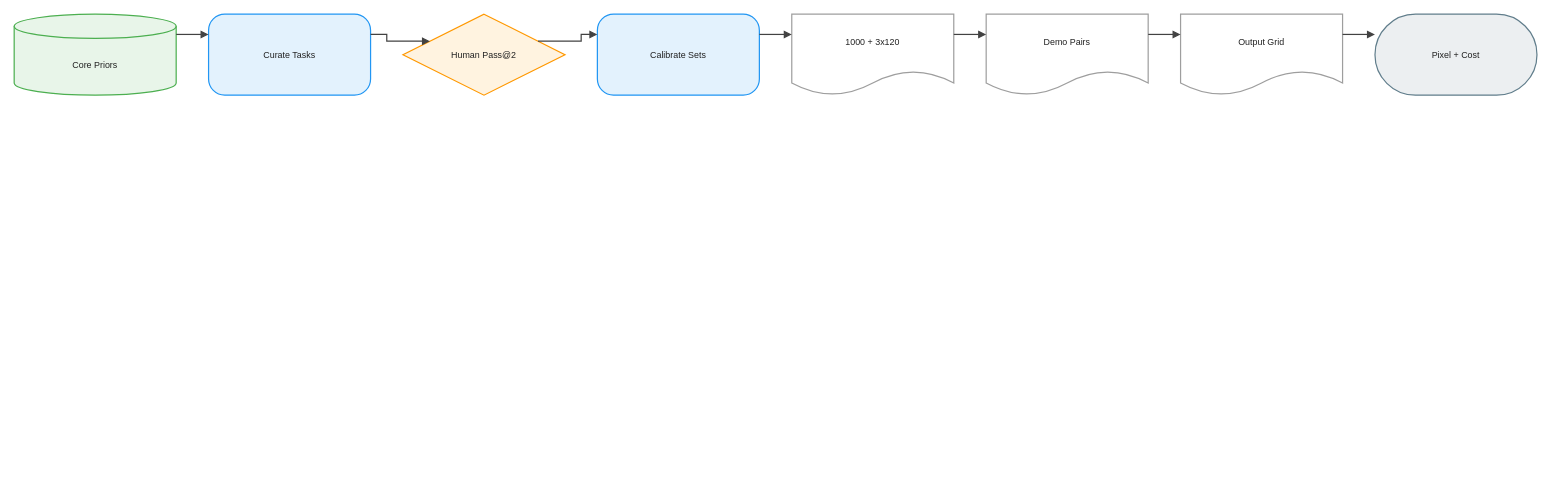
The draw.io diagram drawio/ARC-AGI-2/ARC-AGI-2.en.drawio in joe1chief/benchmark-hub, before the edit. Source tidied: cells renumbered, new cells numbered last; positions are measured from the earlier drawing's top-left corner, leaving out a move shared by most shapes. Both pictures are drawn from the tidied source at 81%, with x=0, y=0 at pixel (14, 14).
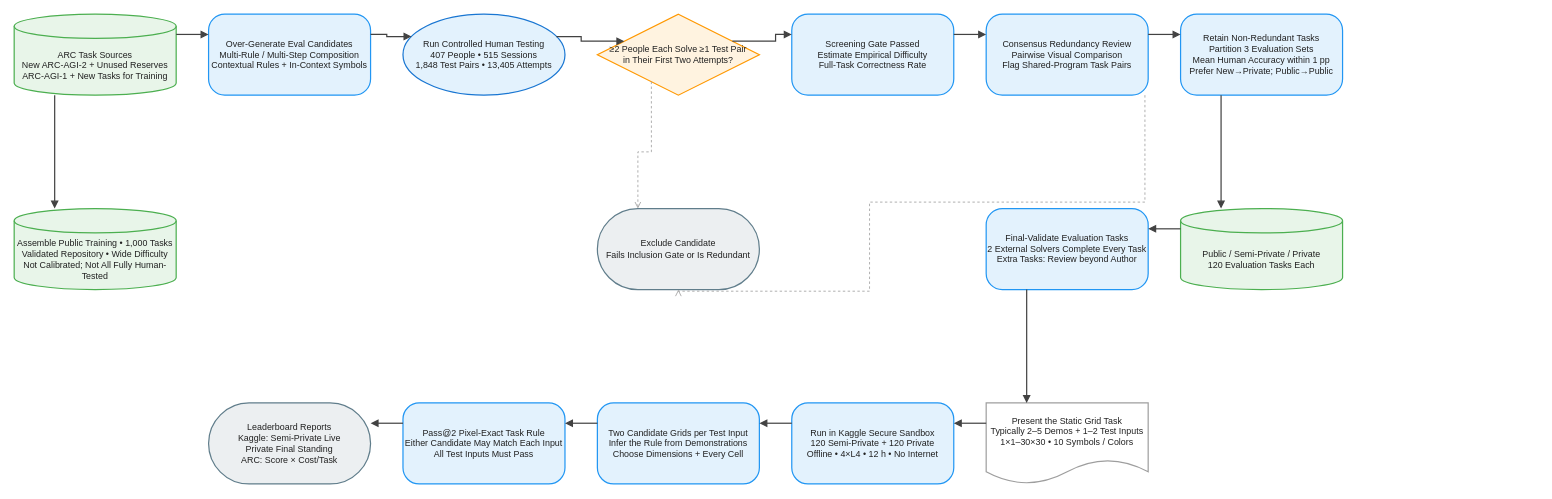
Above is the later version.

The edit, as a diff of the source:
```diff
@@
-    <mxCell id="2" value="Core Priors" style="shape=cylinder3;boundedLbl=1;backgroundOutline=1;size=15;html=1;whiteSpace=wrap;fillColor=#E8F5E9;strokeColor=#4CAF50;strokeWidth=1.5;fontColor=#212121;fontSize=11;fontFamily=Arial, Helvetica, sans-serif;verticalAlign=middle;align=center;" parent="1" vertex="1">
+    <mxCell id="2" value="ARC Task Sources&#10;New ARC-AGI-2 + Unused Reserves&#10;ARC-AGI-1 + New Tasks for Training" style="shape=cylinder3;boundedLbl=1;backgroundOutline=1;size=15;html=0;convertToSvg=1;whiteSpace=wrap;fillColor=#E8F5E9;strokeColor=#4CAF50;strokeWidth=1.5;fontColor=#212121;fontSize=11;fontFamily=Arial, Helvetica, sans-serif;verticalAlign=middle;align=center;" parent="1" vertex="1">
       <mxGeometry width="200" height="100" as="geometry" />
     </mxCell>
-    <mxCell id="3" value="Curate Tasks" style="rounded=1;arcSize=20;html=1;whiteSpace=wrap;fillColor=#E3F2FD;strokeColor=#2196F3;strokeWidth=1.5;fontColor=#212121;fontSize=11;fontFamily=Arial, Helvetica, sans-serif;verticalAlign=middle;align=center;" parent="1" vertex="1">
+    <mxCell id="3" value="Over-Generate Eval Candidates&#10;Multi-Rule / Multi-Step Composition&#10;Contextual Rules + In-Context Symbols" style="rounded=1;arcSize=20;html=0;convertToSvg=1;whiteSpace=wrap;fillColor=#E3F2FD;strokeColor=#2196F3;strokeWidth=1.5;fontColor=#212121;fontSize=11;fontFamily=Arial, Helvetica, sans-serif;verticalAlign=middle;align=center;" parent="1" vertex="1">
       <mxGeometry x="240" width="200" height="100" as="geometry" />
     </mxCell>
-    <mxCell id="4" value="Human Pass@2" style="rhombus;html=1;whiteSpace=wrap;fillColor=#FFF3E0;strokeColor=#FF9800;strokeWidth=1.5;fontColor=#212121;fontSize=11;fontFamily=Arial, Helvetica, sans-serif;verticalAlign=middle;align=center;" parent="1" vertex="1">
+    <mxCell id="4" value="Run Controlled Human Testing&#10;407 People • 515 Sessions&#10;1,848 Test Pairs • 13,405 Attempts" style="ellipse;html=0;convertToSvg=1;whiteSpace=wrap;fillColor=#E3F2FD;strokeColor=#1976D2;strokeWidth=1.5;fontColor=#212121;fontSize=11;fontFamily=Arial, Helvetica, sans-serif;verticalAlign=middle;align=center;" parent="1" vertex="1">
       <mxGeometry x="480" width="200" height="100" as="geometry" />
     </mxCell>
-    <mxCell id="5" value="Calibrate Sets" style="rounded=1;arcSize=20;html=1;whiteSpace=wrap;fillColor=#E3F2FD;strokeColor=#2196F3;strokeWidth=1.5;fontColor=#212121;fontSize=11;fontFamily=Arial, Helvetica, sans-serif;verticalAlign=middle;align=center;" parent="1" vertex="1">
+    <mxCell id="5" value="≥2 People Each Solve ≥1 Test Pair&#10;in Their First Two Attempts?" style="rhombus;html=0;convertToSvg=1;whiteSpace=wrap;fillColor=#FFF3E0;strokeColor=#FF9800;strokeWidth=1.5;fontColor=#212121;fontSize=11;fontFamily=Arial, Helvetica, sans-serif;verticalAlign=middle;align=center;" parent="1" vertex="1">
       <mxGeometry x="720" width="200" height="100" as="geometry" />
     </mxCell>
-    <mxCell id="6" value="1000 + 3x120" style="shape=document;boundedLbl=1;html=1;whiteSpace=wrap;fillColor=#FFFFFF;strokeColor=#9E9E9E;strokeWidth=1.5;fontColor=#212121;fontSize=11;fontFamily=Arial, Helvetica, sans-serif;verticalAlign=middle;align=center;" parent="1" vertex="1">
+    <mxCell id="6" value="Screening Gate Passed&#10;Estimate Empirical Difficulty&#10;Full-Task Correctness Rate" style="rounded=1;arcSize=20;html=0;convertToSvg=1;whiteSpace=wrap;fillColor=#E3F2FD;strokeColor=#2196F3;strokeWidth=1.5;fontColor=#212121;fontSize=11;fontFamily=Arial, Helvetica, sans-serif;verticalAlign=middle;align=center;" parent="1" vertex="1">
       <mxGeometry x="960" width="200" height="100" as="geometry" />
     </mxCell>
-    <mxCell id="7" value="Demo Pairs" style="shape=document;boundedLbl=1;html=1;whiteSpace=wrap;fillColor=#FFFFFF;strokeColor=#9E9E9E;strokeWidth=1.5;fontColor=#212121;fontSize=11;fontFamily=Arial, Helvetica, sans-serif;verticalAlign=middle;align=center;" parent="1" vertex="1">
+    <mxCell id="7" value="Consensus Redundancy Review&#10;Pairwise Visual Comparison&#10;Flag Shared-Program Task Pairs" style="rounded=1;arcSize=20;html=0;convertToSvg=1;whiteSpace=wrap;fillColor=#E3F2FD;strokeColor=#2196F3;strokeWidth=1.5;fontColor=#212121;fontSize=11;fontFamily=Arial, Helvetica, sans-serif;verticalAlign=middle;align=center;" parent="1" vertex="1">
       <mxGeometry x="1200" width="200" height="100" as="geometry" />
     </mxCell>
-    <mxCell id="8" value="Output Grid" style="shape=document;boundedLbl=1;html=1;whiteSpace=wrap;fillColor=#FFFFFF;strokeColor=#9E9E9E;strokeWidth=1.5;fontColor=#212121;fontSize=11;fontFamily=Arial, Helvetica, sans-serif;verticalAlign=middle;align=center;" parent="1" vertex="1">
+    <mxCell id="8" value="Retain Non-Redundant Tasks&#10;Partition 3 Evaluation Sets&#10;Mean Human Accuracy within 1 pp&#10;Prefer New→Private; Public→Public" style="rounded=1;arcSize=20;html=0;convertToSvg=1;whiteSpace=wrap;fillColor=#E3F2FD;strokeColor=#2196F3;strokeWidth=1.5;fontColor=#212121;fontSize=11;fontFamily=Arial, Helvetica, sans-serif;verticalAlign=middle;align=center;" parent="1" vertex="1">
       <mxGeometry x="1440" width="200" height="100" as="geometry" />
     </mxCell>
-    <mxCell id="9" value="Pixel + Cost" style="rounded=1;arcSize=50;html=1;whiteSpace=wrap;fillColor=#ECEFF1;strokeColor=#607D8B;strokeWidth=1.5;fontColor=#212121;fontSize=11;fontFamily=Arial, Helvetica, sans-serif;verticalAlign=middle;align=center;" parent="1" vertex="1">
-      <mxGeometry x="1680" width="200" height="100" as="geometry" />
+    <mxCell id="9" value="Assemble Public Training • 1,000 Tasks&#10;Validated Repository • Wide Difficulty&#10;Not Calibrated; Not All Fully Human-Tested" style="shape=cylinder3;boundedLbl=1;backgroundOutline=1;size=15;html=0;convertToSvg=1;whiteSpace=wrap;fillColor=#E8F5E9;strokeColor=#4CAF50;strokeWidth=1.5;fontColor=#212121;fontSize=11;fontFamily=Arial, Helvetica, sans-serif;verticalAlign=middle;align=center;" parent="1" vertex="1">
+      <mxGeometry y="240" width="200" height="100" as="geometry" />
     </mxCell>
-    <mxCell id="10" style="edgeStyle=orthogonalEdgeStyle;rounded=0;jettySize=auto;html=1;strokeColor=#424242;strokeWidth=1.5;endArrow=block;endFill=1;exitX=1;exitY=0.25;exitDx=0;exitDy=0;entryX=0;entryY=0.25;entryDx=0;entryDy=0;jumpStyle=arc;jumpSize=8;" parent="1" edge="1" source="2" target="3">
-      <mxGeometry relative="1" as="geometry" />
+    <mxCell id="10" value="Public / Semi-Private / Private&#10;120 Evaluation Tasks Each" style="shape=cylinder3;boundedLbl=1;backgroundOutline=1;size=15;html=0;convertToSvg=1;whiteSpace=wrap;fillColor=#E8F5E9;strokeColor=#4CAF50;strokeWidth=1.5;fontColor=#212121;fontSize=11;fontFamily=Arial, Helvetica, sans-serif;verticalAlign=middle;align=center;" parent="1" vertex="1">
+      <mxGeometry x="1440" y="240" width="200" height="100" as="geometry" />
     </mxCell>
-    <mxCell id="11" style="edgeStyle=orthogonalEdgeStyle;rounded=0;jettySize=auto;html=1;strokeColor=#424242;strokeWidth=1.5;endArrow=block;endFill=1;exitX=1;exitY=0.25;exitDx=0;exitDy=0;entryX=0;entryY=0.25;entryDx=0;entryDy=0;jumpStyle=arc;jumpSize=8;" parent="1" edge="1" source="3" target="4">
-      <mxGeometry relative="1" as="geometry" />
+    <mxCell id="11" value="Exclude Candidate&#10;Fails Inclusion Gate or Is Redundant" style="rounded=1;arcSize=50;html=0;convertToSvg=1;whiteSpace=wrap;fillColor=#ECEFF1;strokeColor=#607D8B;strokeWidth=1.5;fontColor=#212121;fontSize=11;fontFamily=Arial, Helvetica, sans-serif;verticalAlign=middle;align=center;" parent="1" vertex="1">
+      <mxGeometry x="720" y="240" width="200" height="100" as="geometry" />
     </mxCell>
-    <mxCell id="12" style="edgeStyle=orthogonalEdgeStyle;rounded=0;jettySize=auto;html=1;strokeColor=#424242;strokeWidth=1.5;endArrow=block;endFill=1;exitX=1;exitY=0.25;exitDx=0;exitDy=0;entryX=0;entryY=0.25;entryDx=0;entryDy=0;jumpStyle=arc;jumpSize=8;" parent="1" edge="1" source="4" target="5">
-      <mxGeometry relative="1" as="geometry" />
+    <mxCell id="12" value="Final-Validate Evaluation Tasks&#10;2 External Solvers Complete Every Task&#10;Extra Tasks: Review beyond Author" style="rounded=1;arcSize=20;html=0;convertToSvg=1;whiteSpace=wrap;fillColor=#E3F2FD;strokeColor=#2196F3;strokeWidth=1.5;fontColor=#212121;fontSize=11;fontFamily=Arial, Helvetica, sans-serif;verticalAlign=middle;align=center;" parent="1" vertex="1">
+      <mxGeometry x="1200" y="240" width="200" height="100" as="geometry" />
     </mxCell>
-    <mxCell id="13" style="edgeStyle=orthogonalEdgeStyle;rounded=0;jettySize=auto;html=1;strokeColor=#424242;strokeWidth=1.5;endArrow=block;endFill=1;exitX=1;exitY=0.25;exitDx=0;exitDy=0;entryX=0;entryY=0.25;entryDx=0;entryDy=0;jumpStyle=arc;jumpSize=8;" parent="1" edge="1" source="5" target="6">
-      <mxGeometry relative="1" as="geometry" />
+    <mxCell id="13" value="Present the Static Grid Task&#10;Typically 2–5 Demos + 1–2 Test Inputs&#10;1×1–30×30 • 10 Symbols / Colors" style="shape=document;boundedLbl=1;html=0;convertToSvg=1;whiteSpace=wrap;fillColor=#FFFFFF;strokeColor=#9E9E9E;strokeWidth=1.5;fontColor=#212121;fontSize=11;fontFamily=Arial, Helvetica, sans-serif;verticalAlign=middle;align=center;" parent="1" vertex="1">
+      <mxGeometry x="1200" y="480" width="200" height="100" as="geometry" />
     </mxCell>
-    <mxCell id="14" style="edgeStyle=orthogonalEdgeStyle;rounded=0;jettySize=auto;html=1;strokeColor=#424242;strokeWidth=1.5;endArrow=block;endFill=1;exitX=1;exitY=0.25;exitDx=0;exitDy=0;entryX=0;entryY=0.25;entryDx=0;entryDy=0;jumpStyle=arc;jumpSize=8;" parent="1" edge="1" source="6" target="7">
-      <mxGeometry relative="1" as="geometry" />
+    <mxCell id="14" value="Run in Kaggle Secure Sandbox&#10;120 Semi-Private + 120 Private&#10;Offline • 4×L4 • 12 h • No Internet" style="rounded=1;arcSize=20;html=0;convertToSvg=1;whiteSpace=wrap;fillColor=#E3F2FD;strokeColor=#2196F3;strokeWidth=1.5;fontColor=#212121;fontSize=11;fontFamily=Arial, Helvetica, sans-serif;verticalAlign=middle;align=center;" parent="1" vertex="1">
+      <mxGeometry x="960" y="480" width="200" height="100" as="geometry" />
     </mxCell>
-    <mxCell id="15" style="edgeStyle=orthogonalEdgeStyle;rounded=0;jettySize=auto;html=1;strokeColor=#424242;strokeWidth=1.5;endArrow=block;endFill=1;exitX=1;exitY=0.25;exitDx=0;exitDy=0;entryX=0;entryY=0.25;entryDx=0;entryDy=0;jumpStyle=arc;jumpSize=8;" parent="1" edge="1" source="7" target="8">
-      <mxGeometry relative="1" as="geometry" />
+    <mxCell id="15" value="Two Candidate Grids per Test Input&#10;Infer the Rule from Demonstrations&#10;Choose Dimensions + Every Cell" style="rounded=1;arcSize=20;html=0;convertToSvg=1;whiteSpace=wrap;fillColor=#E3F2FD;strokeColor=#2196F3;strokeWidth=1.5;fontColor=#212121;fontSize=11;fontFamily=Arial, Helvetica, sans-serif;verticalAlign=middle;align=center;" parent="1" vertex="1">
+      <mxGeometry x="720" y="480" width="200" height="100" as="geometry" />
     </mxCell>
-    <mxCell id="16" style="edgeStyle=orthogonalEdgeStyle;rounded=0;jettySize=auto;html=1;strokeColor=#424242;strokeWidth=1.5;endArrow=block;endFill=1;exitX=1;exitY=0.25;exitDx=0;exitDy=0;entryX=0;entryY=0.25;entryDx=0;entryDy=0;jumpStyle=arc;jumpSize=8;" parent="1" edge="1" source="8" target="9">
-      <mxGeometry relative="1" as="geometry" />
+    <mxCell id="16" value="Pass@2 Pixel-Exact Task Rule&#10;Either Candidate May Match Each Input&#10;All Test Inputs Must Pass" style="rounded=1;arcSize=20;html=0;convertToSvg=1;whiteSpace=wrap;fillColor=#E3F2FD;strokeColor=#2196F3;strokeWidth=1.5;fontColor=#212121;fontSize=11;fontFamily=Arial, Helvetica, sans-serif;verticalAlign=middle;align=center;" parent="1" vertex="1">
+      <mxGeometry x="480" y="480" width="200" height="100" as="geometry" />
     </mxCell>
+    <mxCell id="17" value="Leaderboard Reports&#10;Kaggle: Semi-Private Live&#10;Private Final Standing&#10;ARC: Score × Cost/Task" style="rounded=1;arcSize=50;html=0;convertToSvg=1;whiteSpace=wrap;fillColor=#ECEFF1;strokeColor=#607D8B;strokeWidth=1.5;fontColor=#212121;fontSize=11;fontFamily=Arial, Helvetica, sans-serif;verticalAlign=middle;align=center;" parent="1" vertex="1">
+      <mxGeometry x="240" y="480" width="200" height="100" as="geometry" />
+    </mxCell>
+    <mxCell id="18" style="edgeStyle=orthogonalEdgeStyle;rounded=0;jettySize=auto;html=0;convertToSvg=1;strokeColor=#424242;strokeWidth=1.5;endArrow=block;endFill=1;exitX=1;exitY=0.25;exitDx=0;exitDy=0;entryX=0;entryY=0.25;entryDx=0;entryDy=0;jumpStyle=arc;jumpSize=8;" parent="1" edge="1" source="2" target="3">
+      <mxGeometry relative="1" as="geometry" />
+    </mxCell>
+    <mxCell id="19" style="edgeStyle=orthogonalEdgeStyle;rounded=0;jettySize=auto;html=0;convertToSvg=1;strokeColor=#424242;strokeWidth=1.5;endArrow=block;endFill=1;exitX=0.25;exitY=1;exitDx=0;exitDy=0;entryX=0.25;entryY=0;entryDx=0;entryDy=0;jumpStyle=arc;jumpSize=8;" parent="1" edge="1" source="2" target="9">
+      <mxGeometry relative="1" as="geometry" />
+    </mxCell>
+    <mxCell id="20" style="edgeStyle=orthogonalEdgeStyle;rounded=0;jettySize=auto;html=0;convertToSvg=1;strokeColor=#424242;strokeWidth=1.5;endArrow=block;endFill=1;exitX=1;exitY=0.25;exitDx=0;exitDy=0;entryX=0;entryY=0.25;entryDx=0;entryDy=0;jumpStyle=arc;jumpSize=8;" parent="1" edge="1" source="3" target="4">
+      <mxGeometry relative="1" as="geometry" />
+    </mxCell>
+    <mxCell id="21" style="edgeStyle=orthogonalEdgeStyle;rounded=0;jettySize=auto;html=0;convertToSvg=1;strokeColor=#424242;strokeWidth=1.5;endArrow=block;endFill=1;exitX=1;exitY=0.25;exitDx=0;exitDy=0;entryX=0;entryY=0.25;entryDx=0;entryDy=0;jumpStyle=arc;jumpSize=8;" parent="1" edge="1" source="4" target="5">
+      <mxGeometry relative="1" as="geometry" />
+    </mxCell>
+    <mxCell id="22" style="edgeStyle=orthogonalEdgeStyle;rounded=0;jettySize=auto;html=0;convertToSvg=1;strokeColor=#424242;strokeWidth=1.5;endArrow=block;endFill=1;exitX=1;exitY=0.25;exitDx=0;exitDy=0;entryX=0;entryY=0.25;entryDx=0;entryDy=0;jumpStyle=arc;jumpSize=8;" parent="1" edge="1" source="5" target="6">
+      <mxGeometry relative="1" as="geometry" />
+    </mxCell>
+    <mxCell id="23" style="edgeStyle=orthogonalEdgeStyle;rounded=0;jettySize=auto;html=0;convertToSvg=1;strokeColor=#9E9E9E;strokeWidth=1;endArrow=open;endFill=0;exitX=0.25;exitY=1;exitDx=0;exitDy=0;entryX=0.25;entryY=0;entryDx=0;entryDy=0;dashed=1;dashPattern=3 3;jumpStyle=arc;jumpSize=8;" parent="1" edge="1" source="5" target="11">
+      <mxGeometry relative="1" as="geometry" />
+    </mxCell>
+    <mxCell id="24" style="edgeStyle=orthogonalEdgeStyle;rounded=0;jettySize=auto;html=0;convertToSvg=1;strokeColor=#424242;strokeWidth=1.5;endArrow=block;endFill=1;exitX=1;exitY=0.25;exitDx=0;exitDy=0;entryX=0;entryY=0.25;entryDx=0;entryDy=0;jumpStyle=arc;jumpSize=8;" parent="1" edge="1" source="6" target="7">
+      <mxGeometry relative="1" as="geometry" />
+    </mxCell>
+    <mxCell id="25" style="edgeStyle=orthogonalEdgeStyle;rounded=0;jettySize=auto;html=0;convertToSvg=1;strokeColor=#424242;strokeWidth=1.5;endArrow=block;endFill=1;exitX=1;exitY=0.25;exitDx=0;exitDy=0;entryX=0;entryY=0.25;entryDx=0;entryDy=0;jumpStyle=arc;jumpSize=8;" parent="1" edge="1" source="7" target="8">
+      <mxGeometry relative="1" as="geometry" />
+    </mxCell>
+    <mxCell id="26" style="edgeStyle=orthogonalEdgeStyle;rounded=0;jettySize=auto;html=0;convertToSvg=1;strokeColor=#9E9E9E;strokeWidth=1;endArrow=open;endFill=0;dashed=1;dashPattern=3 3;jumpStyle=arc;jumpSize=8;" parent="1" edge="1" source="7" target="11">
+      <mxGeometry relative="1" as="geometry">
+        <Array as="points">
+          <mxPoint x="1396" y="232" />
+          <mxPoint x="1056" y="232" />
+          <mxPoint x="1056" y="342" />
+        </Array>
+      </mxGeometry>
+    </mxCell>
+    <mxCell id="27" style="edgeStyle=orthogonalEdgeStyle;rounded=0;jettySize=auto;html=0;convertToSvg=1;strokeColor=#424242;strokeWidth=1.5;endArrow=block;endFill=1;exitX=0.25;exitY=1;exitDx=0;exitDy=0;entryX=0.25;entryY=0;entryDx=0;entryDy=0;jumpStyle=arc;jumpSize=8;" parent="1" edge="1" source="8" target="10">
+      <mxGeometry relative="1" as="geometry" />
+    </mxCell>
+    <mxCell id="28" style="edgeStyle=orthogonalEdgeStyle;rounded=0;jettySize=auto;html=0;convertToSvg=1;strokeColor=#424242;strokeWidth=1.5;endArrow=block;endFill=1;exitX=0;exitY=0.25;exitDx=0;exitDy=0;entryX=1;entryY=0.25;entryDx=0;entryDy=0;jumpStyle=arc;jumpSize=8;" parent="1" edge="1" source="10" target="12">
+      <mxGeometry relative="1" as="geometry" />
+    </mxCell>
+    <mxCell id="29" style="edgeStyle=orthogonalEdgeStyle;rounded=0;jettySize=auto;html=0;convertToSvg=1;strokeColor=#424242;strokeWidth=1.5;endArrow=block;endFill=1;exitX=0.25;exitY=1;exitDx=0;exitDy=0;entryX=0.25;entryY=0;entryDx=0;entryDy=0;jumpStyle=arc;jumpSize=8;" parent="1" edge="1" source="12" target="13">
+      <mxGeometry relative="1" as="geometry" />
+    </mxCell>
+    <mxCell id="30" style="edgeStyle=orthogonalEdgeStyle;rounded=0;jettySize=auto;html=0;convertToSvg=1;strokeColor=#424242;strokeWidth=1.5;endArrow=block;endFill=1;exitX=0;exitY=0.25;exitDx=0;exitDy=0;entryX=1;entryY=0.25;entryDx=0;entryDy=0;jumpStyle=arc;jumpSize=8;" parent="1" edge="1" source="13" target="14">
+      <mxGeometry relative="1" as="geometry" />
+    </mxCell>
+    <mxCell id="31" style="edgeStyle=orthogonalEdgeStyle;rounded=0;jettySize=auto;html=0;convertToSvg=1;strokeColor=#424242;strokeWidth=1.5;endArrow=block;endFill=1;exitX=0;exitY=0.25;exitDx=0;exitDy=0;entryX=1;entryY=0.25;entryDx=0;entryDy=0;jumpStyle=arc;jumpSize=8;" parent="1" edge="1" source="14" target="15">
+      <mxGeometry relative="1" as="geometry" />
+    </mxCell>
+    <mxCell id="32" style="edgeStyle=orthogonalEdgeStyle;rounded=0;jettySize=auto;html=0;convertToSvg=1;strokeColor=#424242;strokeWidth=1.5;endArrow=block;endFill=1;exitX=0;exitY=0.25;exitDx=0;exitDy=0;entryX=1;entryY=0.25;entryDx=0;entryDy=0;jumpStyle=arc;jumpSize=8;" parent="1" edge="1" source="15" target="16">
+      <mxGeometry relative="1" as="geometry" />
+    </mxCell>
+    <mxCell id="33" style="edgeStyle=orthogonalEdgeStyle;rounded=0;jettySize=auto;html=0;convertToSvg=1;strokeColor=#424242;strokeWidth=1.5;endArrow=block;endFill=1;exitX=0;exitY=0.25;exitDx=0;exitDy=0;entryX=1;entryY=0.25;entryDx=0;entryDy=0;jumpStyle=arc;jumpSize=8;" parent="1" edge="1" source="16" target="17">
+      <mxGeometry relative="1" as="geometry" />
+    </mxCell>
```
